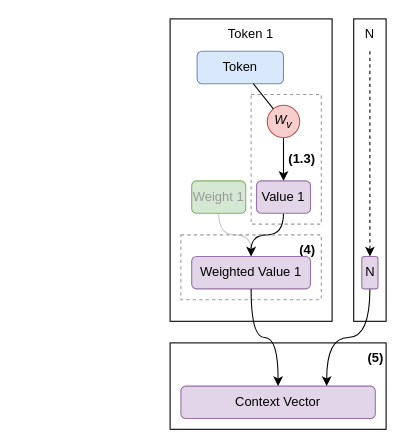
yshavit/llm-notes keeps this draw.io diagram as book/images/attention/llm-flow-self-attention-context.drawio. Above is the earlier version. Source tidied: cells renumbered, new cells numbered last; positions are measured from the earlier drawing's top-left corner, leaving out a move shared by most shapes. Both pictures are drawn from the tidied source at 108%, with x=0, y=0 at pixel (170, 18).
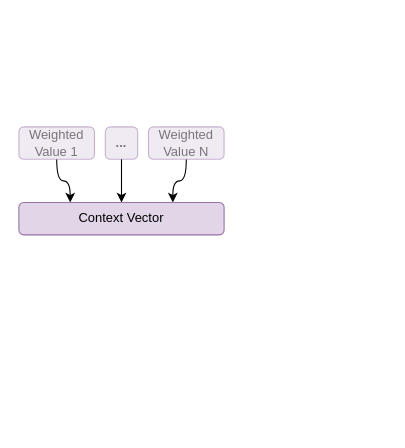
Above is the later version.

Commit message (it also covers changes not shown here):
attention: value vectors and context vector

Diff of the diagram source:
```diff
@@
-    <mxCell id="2" value="Token 1" style="rounded=0;whiteSpace=wrap;html=1;verticalAlign=top;fillColor=none;" parent="1" vertex="1">
-      <mxGeometry width="150" height="280" as="geometry" />
-    </mxCell>
-    <mxCell id="3" value="(1.3)&amp;nbsp;" style="rounded=0;whiteSpace=wrap;html=1;fillColor=none;strokeColor=#999999;dashed=1;align=right;verticalAlign=middle;fontStyle=1;" parent="1" vertex="1">
-      <mxGeometry x="75" y="70" width="65" height="120" as="geometry" />
-    </mxCell>
-    <mxCell id="4" value="(5)" style="rounded=0;whiteSpace=wrap;html=1;fillColor=none;strokeColor=#000000;align=right;verticalAlign=top;fontStyle=1;" parent="1" vertex="1">
-      <mxGeometry y="300" width="200" height="80" as="geometry" />
-    </mxCell>
+    <mxCell id="22" style="edgeStyle=orthogonalEdgeStyle;rounded=0;jettySize=auto;html=1;exitX=0.5;exitY=1;exitDx=0;exitDy=0;entryX=0.75;entryY=0;entryDx=0;entryDy=0;curved=1;" parent="1" edge="1" source="23" target="5">
+      <mxGeometry relative="1" as="geometry" />
+    </mxCell>
+    <mxCell id="23" value="Weighted&lt;div&gt;Value N&lt;/div&gt;" style="rounded=1;whiteSpace=wrap;html=1;fillColor=#e1d5e7;strokeColor=#9673a6;opacity=50;fontColor=#00000080;" parent="1" vertex="1">
+      <mxGeometry x="-20" y="100" width="70" height="30" as="geometry" />
+    </mxCell>
+    <mxCell id="24" value="..." style="rounded=1;whiteSpace=wrap;html=1;fillColor=#e1d5e7;strokeColor=#9673a6;fontStyle=1;opacity=50;fontColor=#00000080;" parent="1" vertex="1">
+      <mxGeometry x="-60" y="100" width="30" height="30" as="geometry" />
+    </mxCell>
+    <mxCell id="16" style="edgeStyle=orthogonalEdgeStyle;rounded=0;jettySize=auto;html=1;exitX=0.5;exitY=1;exitDx=0;exitDy=0;entryX=0.25;entryY=0;entryDx=0;entryDy=0;curved=1;" parent="1" edge="1" source="13" target="5">
+      <mxGeometry relative="1" as="geometry" />
+    </mxCell>
+    <mxCell id="25" style="edgeStyle=orthogonalEdgeStyle;rounded=0;jettySize=auto;html=1;exitX=0.5;exitY=1;exitDx=0;exitDy=0;entryX=0.5;entryY=0;entryDx=0;entryDy=0;curved=1;" parent="1" edge="1" source="24" target="5">
+      <mxGeometry relative="1" as="geometry" />
+    </mxCell>
+    <mxCell id="13" value="Weighted&lt;div&gt;Value 1&lt;/div&gt;" style="rounded=1;whiteSpace=wrap;html=1;fillColor=#e1d5e7;strokeColor=#9673a6;opacity=50;fontColor=#00000080;" parent="1" vertex="1">
+      <mxGeometry x="-140" y="100" width="70" height="30" as="geometry" />
+    </mxCell>
     <mxCell id="5" value="Context Vector" style="rounded=1;whiteSpace=wrap;html=1;fillColor=#e1d5e7;strokeColor=#9673a6;" parent="1" vertex="1">
-      <mxGeometry x="10" y="340" width="180" height="30" as="geometry" />
+      <mxGeometry x="-140" y="170" width="190" height="30" as="geometry" />
     </mxCell>
-    <mxCell id="6" value="Token" style="rounded=1;whiteSpace=wrap;html=1;fillColor=#dae8fc;strokeColor=#6c8ebf;" parent="1" vertex="1">
-      <mxGeometry x="25" y="30" width="80" height="30" as="geometry" />
-    </mxCell>
-    <mxCell id="7" style="rounded=0;jettySize=auto;html=1;exitX=0.5;exitY=1;exitDx=0;exitDy=0;entryX=0.5;entryY=0;entryDx=0;entryDy=0;edgeStyle=orthogonalEdgeStyle;curved=1;fillColor=#f5f5f5;strokeColor=#CCCCCC;" parent="1" edge="1" source="15" target="13">
-      <mxGeometry relative="1" as="geometry" />
-    </mxCell>
-    <mxCell id="8" style="edgeStyle=orthogonalEdgeStyle;rounded=0;jettySize=auto;html=1;" parent="1" edge="1" source="10" target="14">
-      <mxGeometry relative="1" as="geometry" />
-    </mxCell>
-    <mxCell id="9" style="rounded=0;jettySize=auto;html=1;exitX=0.5;exitY=1;exitDx=0;exitDy=0;edgeStyle=orthogonalEdgeStyle;curved=1;" parent="1" edge="1" source="14" target="13">
-      <mxGeometry relative="1" as="geometry" />
-    </mxCell>
-    <mxCell id="10" value="W&lt;sub&gt;v&lt;/sub&gt;" style="ellipse;whiteSpace=wrap;html=1;fontStyle=2;fillColor=#f8cecc;strokeColor=#b85450;" parent="1" vertex="1">
-      <mxGeometry x="90" y="80" width="30" height="30" as="geometry" />
-    </mxCell>
-    <mxCell id="11" style="endArrow=none;html=1;rounded=0;" parent="1" edge="1" source="10" target="6">
-      <mxGeometry relative="1" as="geometry" />
-    </mxCell>
-    <mxCell id="12" value="(4)&amp;nbsp;" style="rounded=0;whiteSpace=wrap;html=1;fillColor=none;strokeColor=#999999;dashed=1;align=right;verticalAlign=top;fontStyle=1;" parent="1" vertex="1">
-      <mxGeometry x="10" y="200" width="130" height="60" as="geometry" />
-    </mxCell>
-    <mxCell id="13" value="Weighted Value 1" style="rounded=1;whiteSpace=wrap;html=1;fillColor=#e1d5e7;strokeColor=#9673a6;" parent="1" vertex="1">
-      <mxGeometry x="20" y="220" width="110" height="30" as="geometry" />
-    </mxCell>
-    <mxCell id="14" value="&lt;span&gt;Value 1&lt;/span&gt;" style="rounded=1;whiteSpace=wrap;html=1;fillColor=#e1d5e7;strokeColor=#9673a6;fontStyle=0;" parent="1" vertex="1">
-      <mxGeometry x="80" y="150" width="50" height="30" as="geometry" />
-    </mxCell>
-    <mxCell id="15" value="Weight 1" style="rounded=1;whiteSpace=wrap;html=1;fillColor=#d5e8d4;strokeColor=#82b366;fontColor=#999999;" parent="1" vertex="1">
-      <mxGeometry x="20" y="150" width="50" height="30" as="geometry" />
-    </mxCell>
-    <mxCell id="16" style="edgeStyle=orthogonalEdgeStyle;rounded=0;jettySize=auto;html=1;exitX=0.5;exitY=1;exitDx=0;exitDy=0;entryX=0.5;entryY=0;entryDx=0;entryDy=0;curved=1;" parent="1" edge="1" source="13" target="5">
-      <mxGeometry relative="1" as="geometry" />
-    </mxCell>
-    <mxCell id="17" value="N" style="rounded=0;whiteSpace=wrap;html=1;verticalAlign=top;fillColor=none;" parent="1" vertex="1">
-      <mxGeometry x="170" width="30" height="280" as="geometry" />
-    </mxCell>
-    <mxCell id="18" style="edgeStyle=orthogonalEdgeStyle;rounded=0;jettySize=auto;html=1;exitX=0.5;exitY=1;exitDx=0;exitDy=0;entryX=0.75;entryY=0;entryDx=0;entryDy=0;curved=1;" parent="1" edge="1" source="19" target="5">
-      <mxGeometry relative="1" as="geometry" />
-    </mxCell>
-    <mxCell id="19" value="N" style="rounded=1;whiteSpace=wrap;html=1;fillColor=#e1d5e7;strokeColor=#9673a6;" parent="1" vertex="1">
-      <mxGeometry x="177.5" y="220" width="15" height="30" as="geometry" />
-    </mxCell>
-    <mxCell id="20" style="endArrow=classic;html=1;rounded=0;entryX=0.5;entryY=0;entryDx=0;entryDy=0;exitX=0.5;exitY=1;exitDx=0;exitDy=0;dashed=1;" parent="1" edge="1" source="21" target="19">
-      <mxGeometry relative="1" as="geometry" />
-    </mxCell>
-    <mxCell id="21" style="rounded=0;whiteSpace=wrap;html=1;fillColor=none;strokeColor=none;" parent="1" vertex="1">
-      <mxGeometry x="177.5" y="20" width="15" height="10" as="geometry" />
-    </mxCell>
```
